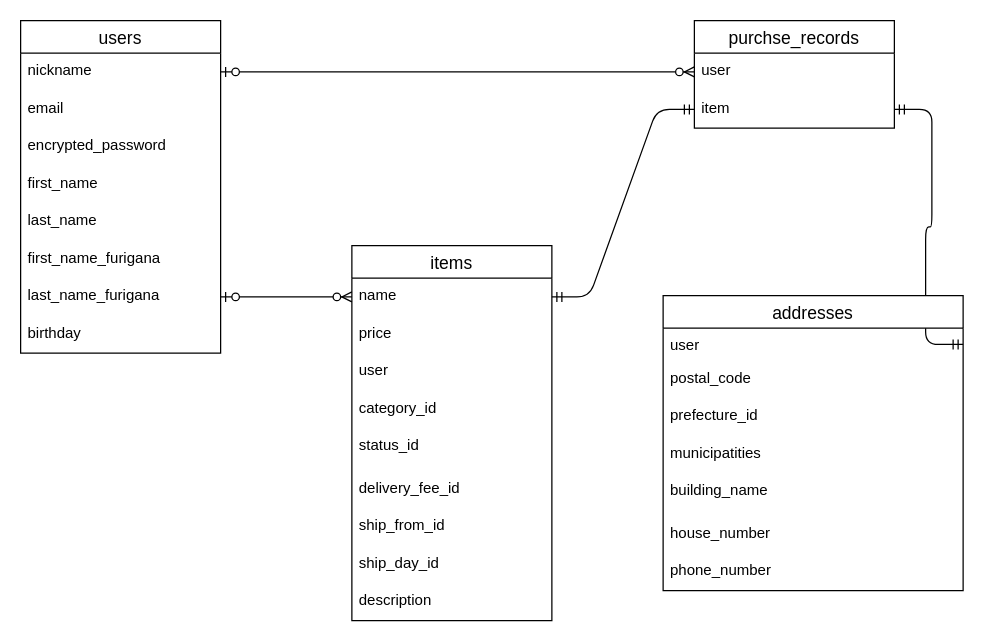
Earlier version of the draw.io diagram config/furima.dio (kiki0718/furima-28656). Source tidied: cells renumbered, new cells numbered last; positions are measured from the earlier drawing's top-left corner, leaving out a move shared by most shapes. Both pictures are drawn from the tidied source at 125%, with x=0, y=0 at pixel (20, 20).
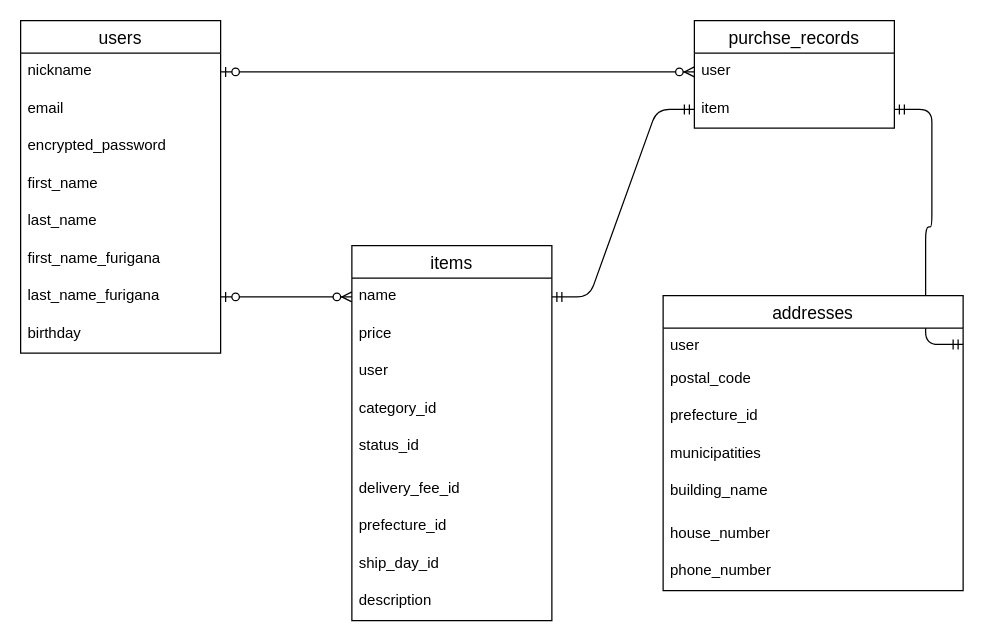
The same page after the edit.

Unchanged cells that the change refers to:
```xml
<mxCell id="18" value="items" style="swimlane;fontStyle=0;horizontal=1;startSize=26;align=center;fontSize=14;" parent="1" vertex="1">
  <mxGeometry x="265" y="180" width="160" height="300" as="geometry" />
</mxCell>
```

Change to the diagram source:
```diff
@@
-    <mxCell id="25" value="ship_from_id" style="text;strokeColor=none;fillColor=none;spacingLeft=4;spacingRight=4;overflow=hidden;fontSize=12;" parent="18" vertex="1">
+    <mxCell id="25" value="prefecture_id" style="text;strokeColor=none;fillColor=none;spacingLeft=4;spacingRight=4;overflow=hidden;fontSize=12;" parent="18" vertex="1">
       <mxGeometry y="210" width="160" height="30" as="geometry" />
     </mxCell>
```
